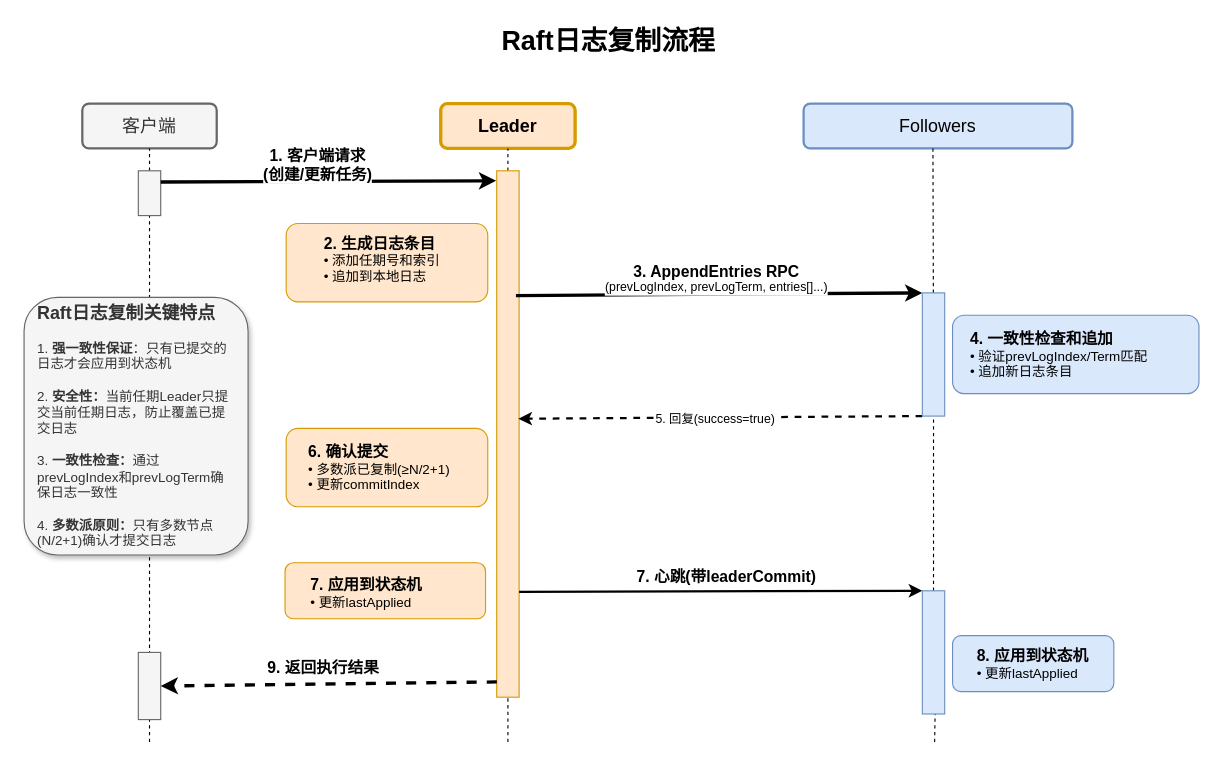
Earlier version of the draw.io diagram projects/raft日志复制.drawio (hanzug/draw.io). Source tidied: cells renumbered, new cells numbered last; positions are measured from the earlier drawing's top-left corner, leaving out a move shared by most shapes. Both pictures are drawn from the tidied source at 112%, with x=0, y=0 at pixel (24, 19).
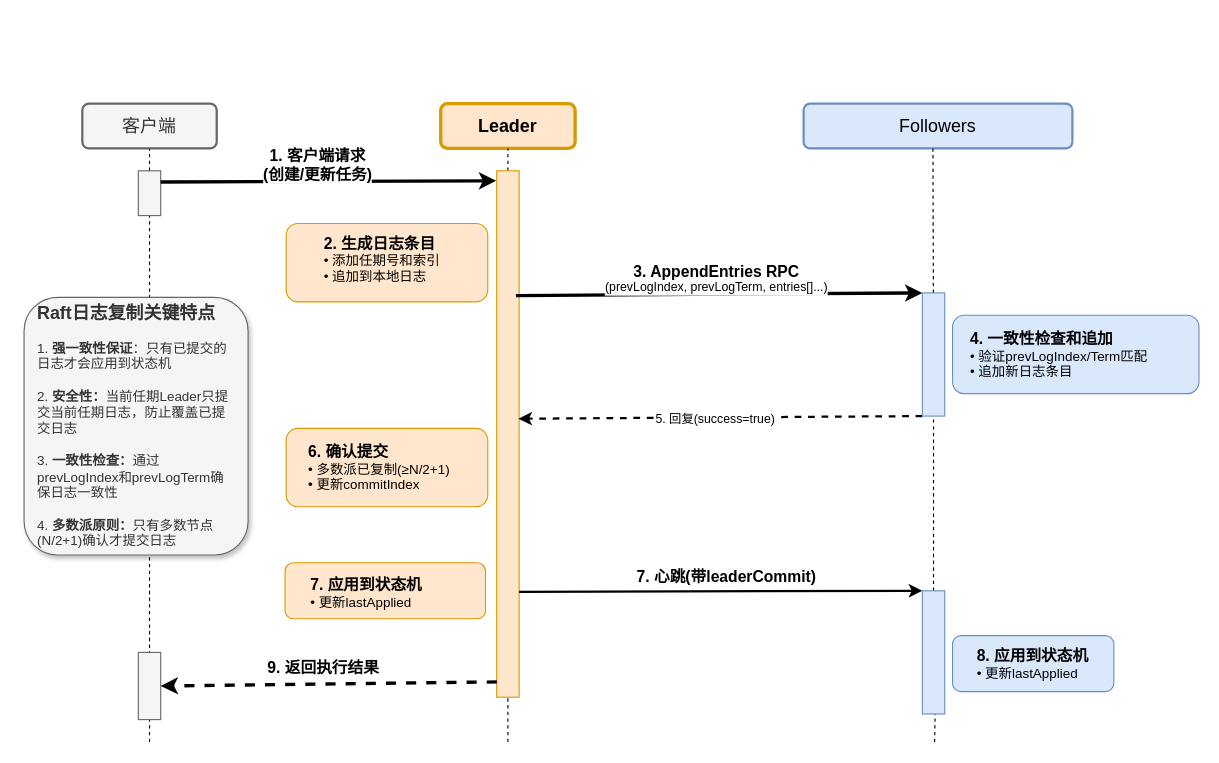
The same page after the edit.

Commit message:
更新raft日志复制.drawio

Change to the diagram source:
```diff
@@
-    <mxCell id="2" value="&lt;font style=&quot;font-size: 24px;&quot;&gt;&lt;b&gt;Raft日志复制流程&lt;/b&gt;&lt;/font&gt;" style="text;html=1;strokeColor=none;fillColor=none;align=center;verticalAlign=middle;whiteSpace=wrap;rounded=0;" parent="1" vertex="1">
-      <mxGeometry x="322" width="400" height="40" as="geometry" />
-    </mxCell>
```
